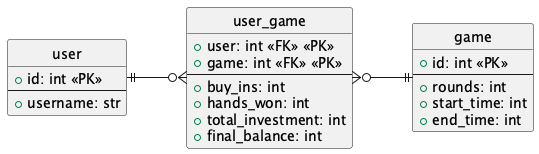
LilleAila/it1 keeps this PlantUML diagram as 18-poker/db.png. Above is the earlier version. Its diagram source:
```plantuml
@startuml
left to right direction
skinparam linetype ortho
hide circle

entity user {
  +id: int <<PK>>
  --
  +username: str
}

entity game {
  +id: int <<PK>>
  --
  +rounds: int
  +start_time: int
  +end_time: int
}

entity user_game {
  +user: int <<FK>> <<PK>>
  +game: int <<FK>> <<PK>>
  --
  +buy_ins: int
  +hands_won: int
  +total_investment: int
  +final_balance: int
}

user ||--o{ user_game
user_game }o--|| game
@enduml
```
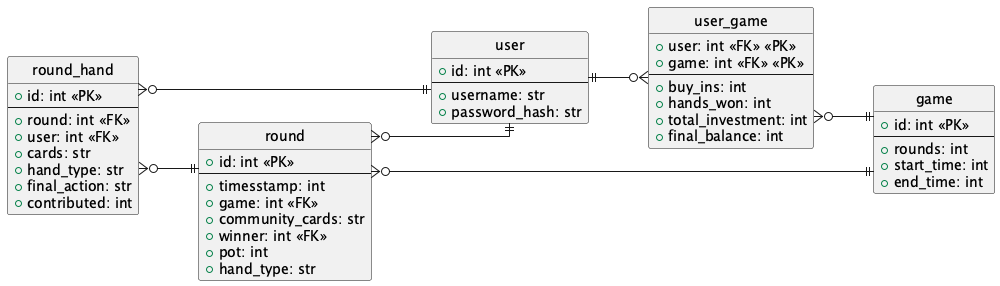
The same diagram one commit later.

Change to the diagram source:
```diff
@@ -7,6 +7,7 @@
   +id: int <<PK>>
   --
   +username: str
+  +password_hash: str
 }
 
 entity game {
@@ -27,6 +28,32 @@
   +final_balance: int
 }
 
+entity round {
+  +id: int <<PK>>
+  --
+  +timesstamp: int
+  +game: int <<FK>>
+  +community_cards: str
+  +winner: int <<FK>>
+  +pot: int
+  +hand_type: str
+}
+
+entity round_hand {
+  +id: int <<PK>>
+  --
+  +round: int <<FK>>
+  +user: int <<FK>>
+  +cards: str
+  +hand_type: str
+  +final_action: str
+  +contributed: int
+}
+
 user ||--o{ user_game
 user_game }o--|| game
+round }o--|| game
+round_hand }o--|| round
+round_hand }o--|| user
+round }o--|| user
 @enduml
```
